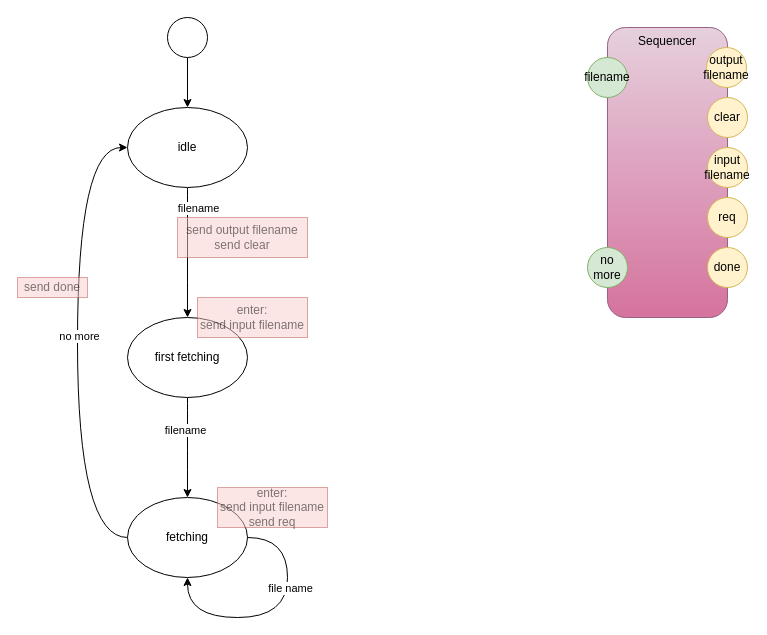
Earlier version of the draw.io diagram page "Sequencer" (4 of 7) of pm-copy.drawio (guitarvydas/pypm). Source tidied: cells renumbered, new cells numbered last; positions are measured from the earlier drawing's top-left corner, leaving out a move shared by most shapes. Both pictures are drawn from the tidied source at 100%, with x=0, y=0 at pixel (17, 17).
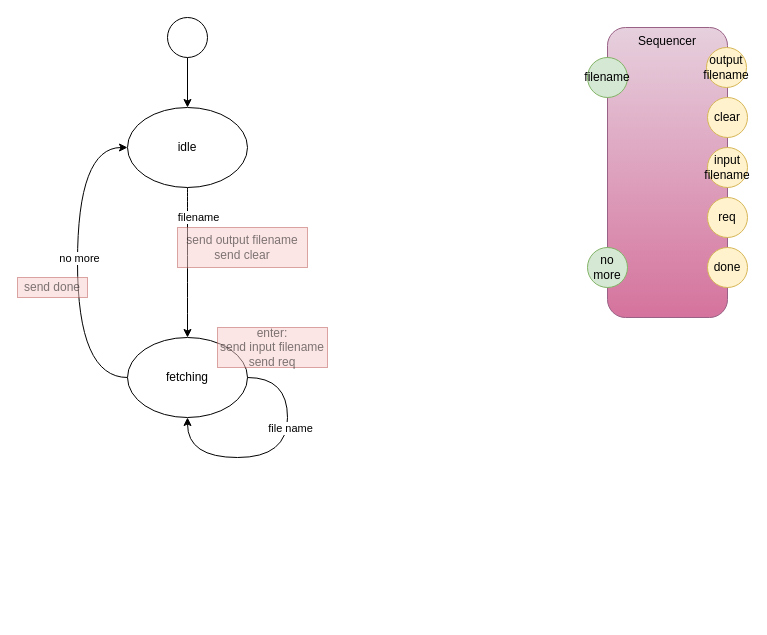
After the change.

The change refers to these unchanged cells:
```xml
<mxCell id="5" value="idle" style="ellipse;whiteSpace=wrap;html=1;" parent="1" vertex="1">
  <mxGeometry x="110" y="90" width="120" height="80" as="geometry" />
</mxCell>
```

Change to the diagram source:
```diff
@@
-    <mxCell id="3" style="edgeStyle=orthogonalEdgeStyle;jettySize=auto;html=1;exitX=0.5;exitY=1;exitDx=0;exitDy=0;curved=1;" parent="1" edge="1" source="5" target="25">
+    <mxCell id="3" style="edgeStyle=orthogonalEdgeStyle;jettySize=auto;html=1;exitX=0.5;exitY=1;exitDx=0;exitDy=0;curved=1;" parent="1" edge="1" source="5" target="8">
       <mxGeometry relative="1" as="geometry" />
     </mxCell>
@@
     <mxCell id="6" style="edgeStyle=orthogonalEdgeStyle;jettySize=auto;html=1;exitX=0;exitY=0.5;exitDx=0;exitDy=0;entryX=0;entryY=0.5;entryDx=0;entryDy=0;curved=1;" parent="1" edge="1" source="8" target="5">
       <mxGeometry relative="1" as="geometry">
         <Array as="points">
-          <mxPoint x="60" y="520" />
+          <mxPoint x="60" y="360" />
           <mxPoint x="60" y="130" />
         </Array>
       </mxGeometry>
     </mxCell>
@@
     <mxCell id="8" value="fetching" style="ellipse;whiteSpace=wrap;html=1;" parent="1" vertex="1">
-      <mxGeometry x="110" y="480" width="120" height="80" as="geometry" />
+      <mxGeometry x="110" y="320" width="120" height="80" as="geometry" />
     </mxCell>
@@
     <mxCell id="11" style="edgeStyle=orthogonalEdgeStyle;orthogonalLoop=1;jettySize=auto;html=1;exitX=1;exitY=0.5;exitDx=0;exitDy=0;entryX=0.5;entryY=1;entryDx=0;entryDy=0;curved=1;" parent="1" edge="1" source="8" target="8">
       <mxGeometry relative="1" as="geometry">
         <Array as="points">
-          <mxPoint x="270" y="520" />
-          <mxPoint x="270" y="600" />
-          <mxPoint x="170" y="600" />
+          <mxPoint x="270" y="360" />
+          <mxPoint x="270" y="440" />
+          <mxPoint x="170" y="440" />
         </Array>
       </mxGeometry>
     </mxCell>
@@
     <mxCell id="13" value="enter:&lt;br&gt;send input filename&lt;br&gt;send req" style="rounded=0;whiteSpace=wrap;html=1;fillColor=#f8cecc;strokeColor=#b85450;opacity=50;textOpacity=50;" parent="1" vertex="1">
-      <mxGeometry x="200" y="470" width="110" height="40" as="geometry" />
+      <mxGeometry x="200" y="310" width="110" height="40" as="geometry" />
     </mxCell>
@@
     <mxCell id="22" value="send output filename&lt;br&gt;send clear" style="rounded=0;whiteSpace=wrap;html=1;fillColor=#f8cecc;strokeColor=#b85450;opacity=50;textOpacity=50;" parent="1" vertex="1">
-      <mxGeometry x="160" y="200" width="130" height="40" as="geometry" />
+      <mxGeometry x="160" y="210" width="130" height="40" as="geometry" />
     </mxCell>
-    <mxCell id="23" style="edgeStyle=orthogonalEdgeStyle;jettySize=auto;html=1;exitX=0.5;exitY=1;exitDx=0;exitDy=0;entryX=0.5;entryY=0;entryDx=0;entryDy=0;curved=1;" parent="1" edge="1" source="25" target="8">
-      <mxGeometry relative="1" as="geometry" />
-    </mxCell>
-    <mxCell id="24" value="filename" style="edgeLabel;html=1;align=center;verticalAlign=middle;" parent="23" vertex="1">
-      <mxGeometry x="-0.36" y="-3" relative="1" as="geometry" />
-    </mxCell>
-    <mxCell id="25" value="first fetching" style="ellipse;whiteSpace=wrap;html=1;" parent="1" vertex="1">
-      <mxGeometry x="110" y="300" width="120" height="80" as="geometry" />
-    </mxCell>
-    <mxCell id="26" value="enter:&lt;br&gt;send input filename" style="rounded=0;whiteSpace=wrap;html=1;fillColor=#f8cecc;strokeColor=#b85450;opacity=50;textOpacity=50;" parent="1" vertex="1">
-      <mxGeometry x="180" y="280" width="110" height="40" as="geometry" />
-    </mxCell>
```
